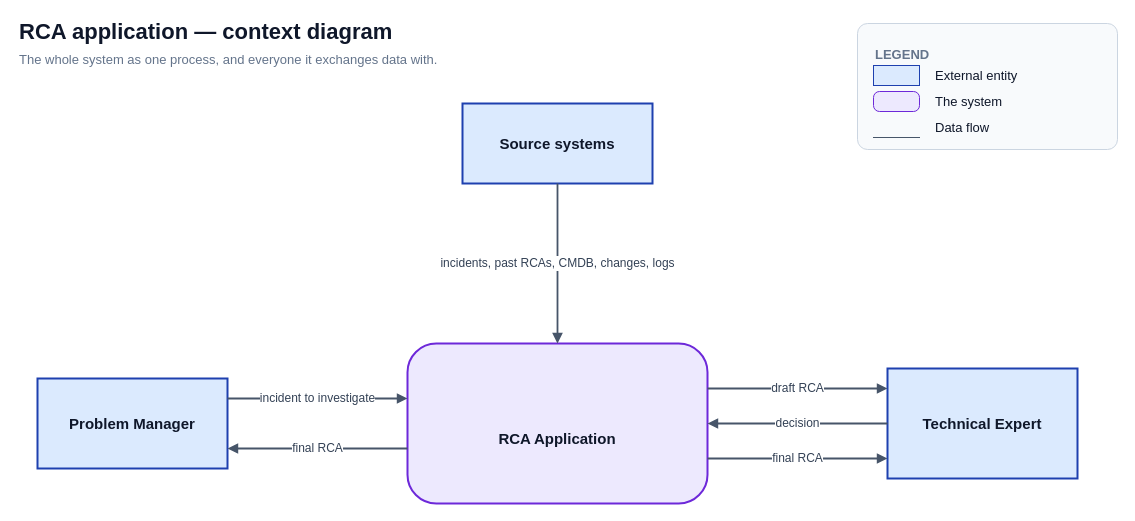
Earlier version of the draw.io diagram diagrams/04-architecture/rca_context.drawio (cristivalea/root-cause-analysis). Source tidied: cells renumbered, new cells numbered last; positions are measured from the earlier drawing's top-left corner, leaving out a move shared by most shapes. Both pictures are drawn from the tidied source at 100%, with x=0, y=0 at pixel (17, 17).
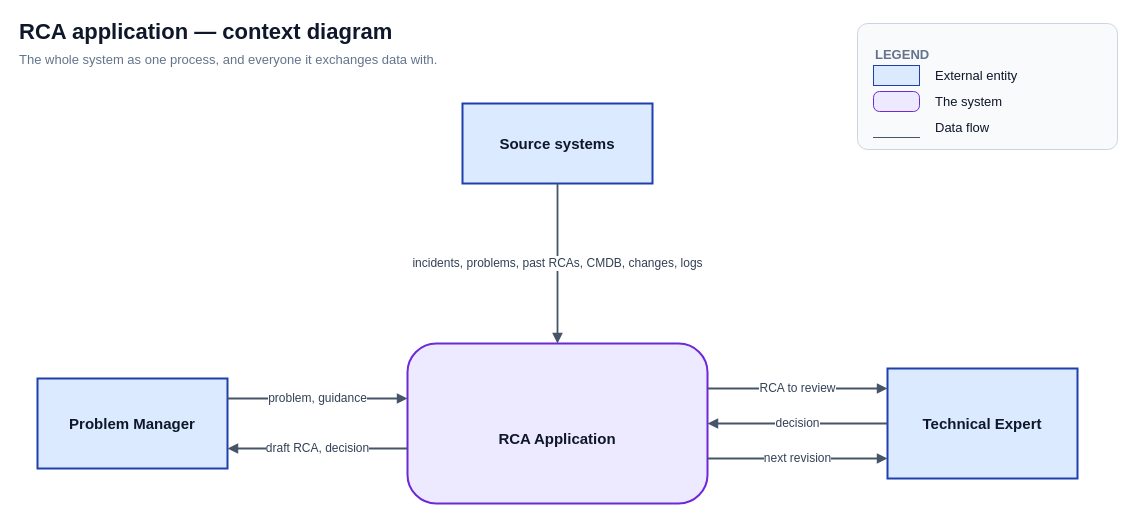
Above is the later version.

The change refers to these unchanged cells:
```xml
<mxCell id="2" value="Source systems" style="rounded=0;whiteSpace=wrap;html=1;fillColor=#dbeafe;strokeColor=#1e40af;strokeWidth=2;fontSize=15;fontStyle=1;fontColor=#0f172a;verticalAlign=middle;" parent="1" vertex="1">
  <mxGeometry x="445" y="86" width="190" height="80" as="geometry" />
</mxCell>
<mxCell id="3" value="Problem Manager" style="rounded=0;whiteSpace=wrap;html=1;fillColor=#dbeafe;strokeColor=#1e40af;strokeWidth=2;fontSize=15;fontStyle=1;fontColor=#0f172a;verticalAlign=middle;" parent="1" vertex="1">
  <mxGeometry x="20" y="361" width="190" height="90" as="geometry" />
</mxCell>
<mxCell id="4" value="Technical Expert" style="rounded=0;whiteSpace=wrap;html=1;fillColor=#dbeafe;strokeColor=#1e40af;strokeWidth=2;fontSize=15;fontStyle=1;fontColor=#0f172a;verticalAlign=middle;" parent="1" vertex="1">
  <mxGeometry x="870" y="351" width="190" height="110" as="geometry" />
</mxCell>
<mxCell id="5" value="&lt;b&gt;RCA Application&lt;/b&gt;" style="rounded=1;arcSize=18;whiteSpace=wrap;html=1;fillColor=#ede9fe;strokeColor=#6d28d9;strokeWidth=2;fontSize=15;fontColor=#0f172a;verticalAlign=middle;spacingTop=30;" parent="1" vertex="1">
  <mxGeometry x="390" y="326" width="300" height="160" as="geometry" />
</mxCell>
```

Change to the diagram source:
```diff
@@
-    <mxCell id="6" value="incidents, past RCAs, CMDB, changes, logs" style="edgeStyle=orthogonalEdgeStyle;rounded=1;html=1;jettySize=auto;exitX=0.5;exitY=1.0;exitDx=0;exitDy=0;entryX=0.5;entryY=0.0;entryDx=0;entryDy=0;strokeColor=#475569;strokeWidth=1.8;fontSize=12;fontColor=#334155;labelBackgroundColor=#ffffff;endArrow=block;endFill=1;endSize=6;" parent="1" edge="1" source="2" target="5">
+    <mxCell id="6" value="incidents, problems, past RCAs, CMDB, changes, logs" style="edgeStyle=orthogonalEdgeStyle;rounded=1;html=1;jettySize=auto;exitX=0.5;exitY=1.0;exitDx=0;exitDy=0;entryX=0.5;entryY=0.0;entryDx=0;entryDy=0;strokeColor=#475569;strokeWidth=1.8;fontSize=12;fontColor=#334155;labelBackgroundColor=#ffffff;endArrow=block;endFill=1;endSize=6;" parent="1" edge="1" source="2" target="5">
       <mxGeometry relative="1" as="geometry" />
     </mxCell>
-    <mxCell id="7" value="incident to investigate" style="edgeStyle=orthogonalEdgeStyle;rounded=1;html=1;jettySize=auto;exitX=1.0;exitY=0.2222;exitDx=0;exitDy=0;entryX=0.0;entryY=0.3438;entryDx=0;entryDy=0;strokeColor=#475569;strokeWidth=1.8;fontSize=12;fontColor=#334155;labelBackgroundColor=#ffffff;endArrow=block;endFill=1;endSize=6;" parent="1" edge="1" source="3" target="5">
+    <mxCell id="7" value="problem, guidance" style="edgeStyle=orthogonalEdgeStyle;rounded=1;html=1;jettySize=auto;exitX=1.0;exitY=0.2222;exitDx=0;exitDy=0;entryX=0.0;entryY=0.3438;entryDx=0;entryDy=0;strokeColor=#475569;strokeWidth=1.8;fontSize=12;fontColor=#334155;labelBackgroundColor=#ffffff;endArrow=block;endFill=1;endSize=6;" parent="1" edge="1" source="3" target="5">
       <mxGeometry relative="1" as="geometry" />
     </mxCell>
-    <mxCell id="8" value="final RCA" style="edgeStyle=orthogonalEdgeStyle;rounded=1;html=1;jettySize=auto;exitX=0.0;exitY=0.6562;exitDx=0;exitDy=0;entryX=1.0;entryY=0.7778;entryDx=0;entryDy=0;strokeColor=#475569;strokeWidth=1.8;fontSize=12;fontColor=#334155;labelBackgroundColor=#ffffff;endArrow=block;endFill=1;endSize=6;" parent="1" edge="1" source="5" target="3">
+    <mxCell id="8" value="draft RCA, decision" style="edgeStyle=orthogonalEdgeStyle;rounded=1;html=1;jettySize=auto;exitX=0.0;exitY=0.6562;exitDx=0;exitDy=0;entryX=1.0;entryY=0.7778;entryDx=0;entryDy=0;strokeColor=#475569;strokeWidth=1.8;fontSize=12;fontColor=#334155;labelBackgroundColor=#ffffff;endArrow=block;endFill=1;endSize=6;" parent="1" edge="1" source="5" target="3">
       <mxGeometry relative="1" as="geometry" />
     </mxCell>
-    <mxCell id="9" value="draft RCA" style="edgeStyle=orthogonalEdgeStyle;rounded=1;html=1;jettySize=auto;exitX=1.0;exitY=0.2812;exitDx=0;exitDy=0;entryX=0.0;entryY=0.1818;entryDx=0;entryDy=0;strokeColor=#475569;strokeWidth=1.8;fontSize=12;fontColor=#334155;labelBackgroundColor=#ffffff;endArrow=block;endFill=1;endSize=6;" parent="1" edge="1" source="5" target="4">
+    <mxCell id="9" value="RCA to review" style="edgeStyle=orthogonalEdgeStyle;rounded=1;html=1;jettySize=auto;exitX=1.0;exitY=0.2812;exitDx=0;exitDy=0;entryX=0.0;entryY=0.1818;entryDx=0;entryDy=0;strokeColor=#475569;strokeWidth=1.8;fontSize=12;fontColor=#334155;labelBackgroundColor=#ffffff;endArrow=block;endFill=1;endSize=6;" parent="1" edge="1" source="5" target="4">
       <mxGeometry relative="1" as="geometry" />
     </mxCell>
@@
-    <mxCell id="11" value="final RCA" style="edgeStyle=orthogonalEdgeStyle;rounded=1;html=1;jettySize=auto;exitX=1.0;exitY=0.7188;exitDx=0;exitDy=0;entryX=0.0;entryY=0.8182;entryDx=0;entryDy=0;strokeColor=#475569;strokeWidth=1.8;fontSize=12;fontColor=#334155;labelBackgroundColor=#ffffff;endArrow=block;endFill=1;endSize=6;" parent="1" edge="1" source="5" target="4">
+    <mxCell id="11" value="next revision" style="edgeStyle=orthogonalEdgeStyle;rounded=1;html=1;jettySize=auto;exitX=1.0;exitY=0.7188;exitDx=0;exitDy=0;entryX=0.0;entryY=0.8182;entryDx=0;entryDy=0;strokeColor=#475569;strokeWidth=1.8;fontSize=12;fontColor=#334155;labelBackgroundColor=#ffffff;endArrow=block;endFill=1;endSize=6;" parent="1" edge="1" source="5" target="4">
       <mxGeometry relative="1" as="geometry" />
     </mxCell>
```
